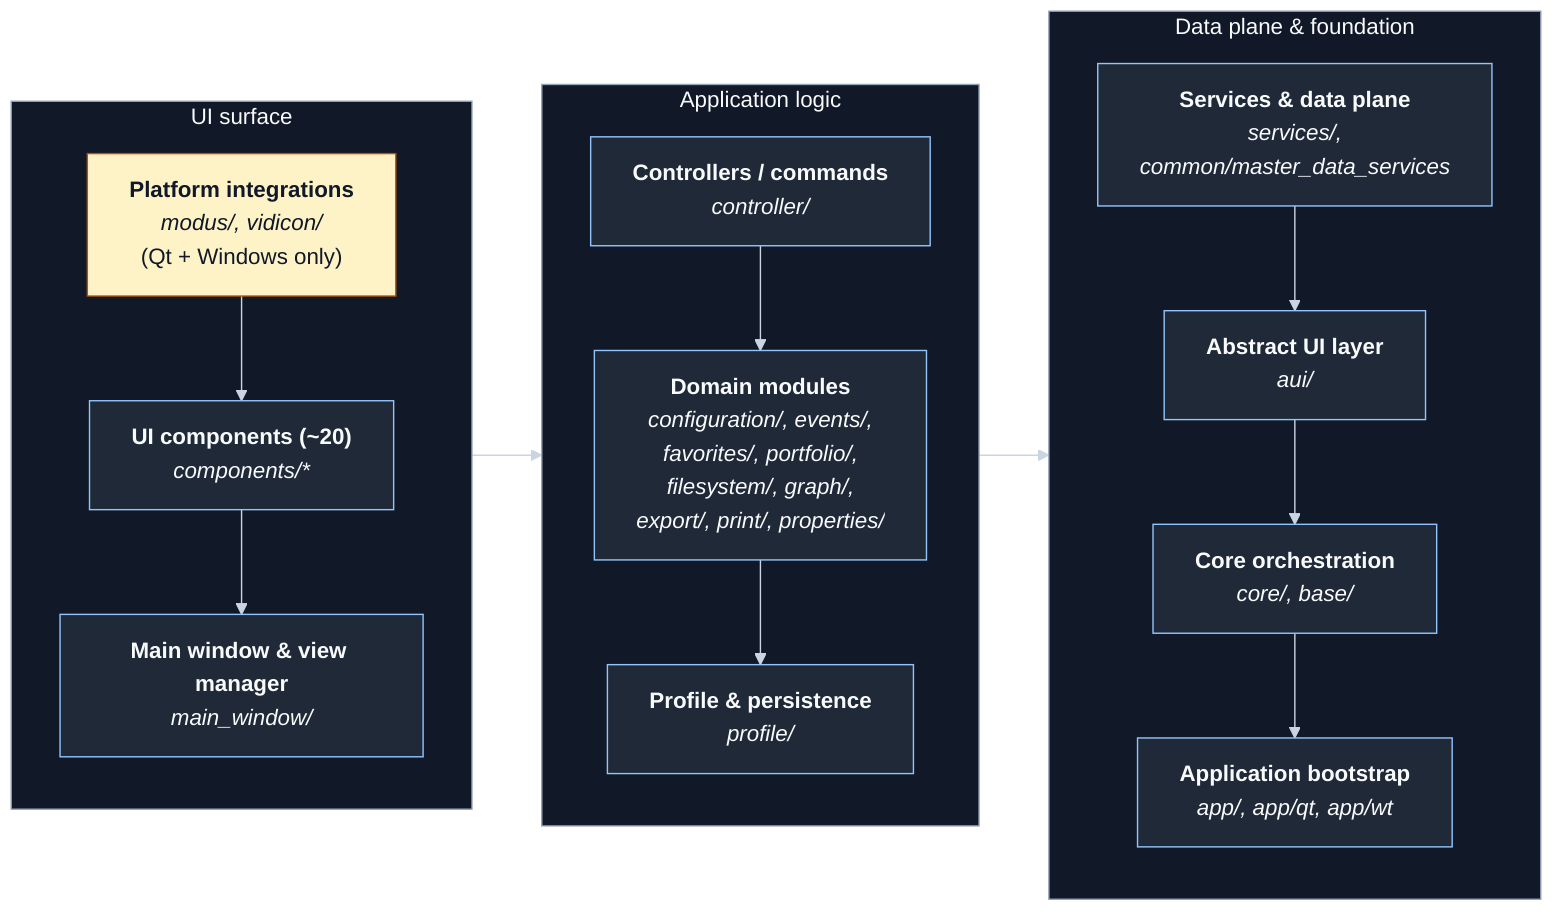
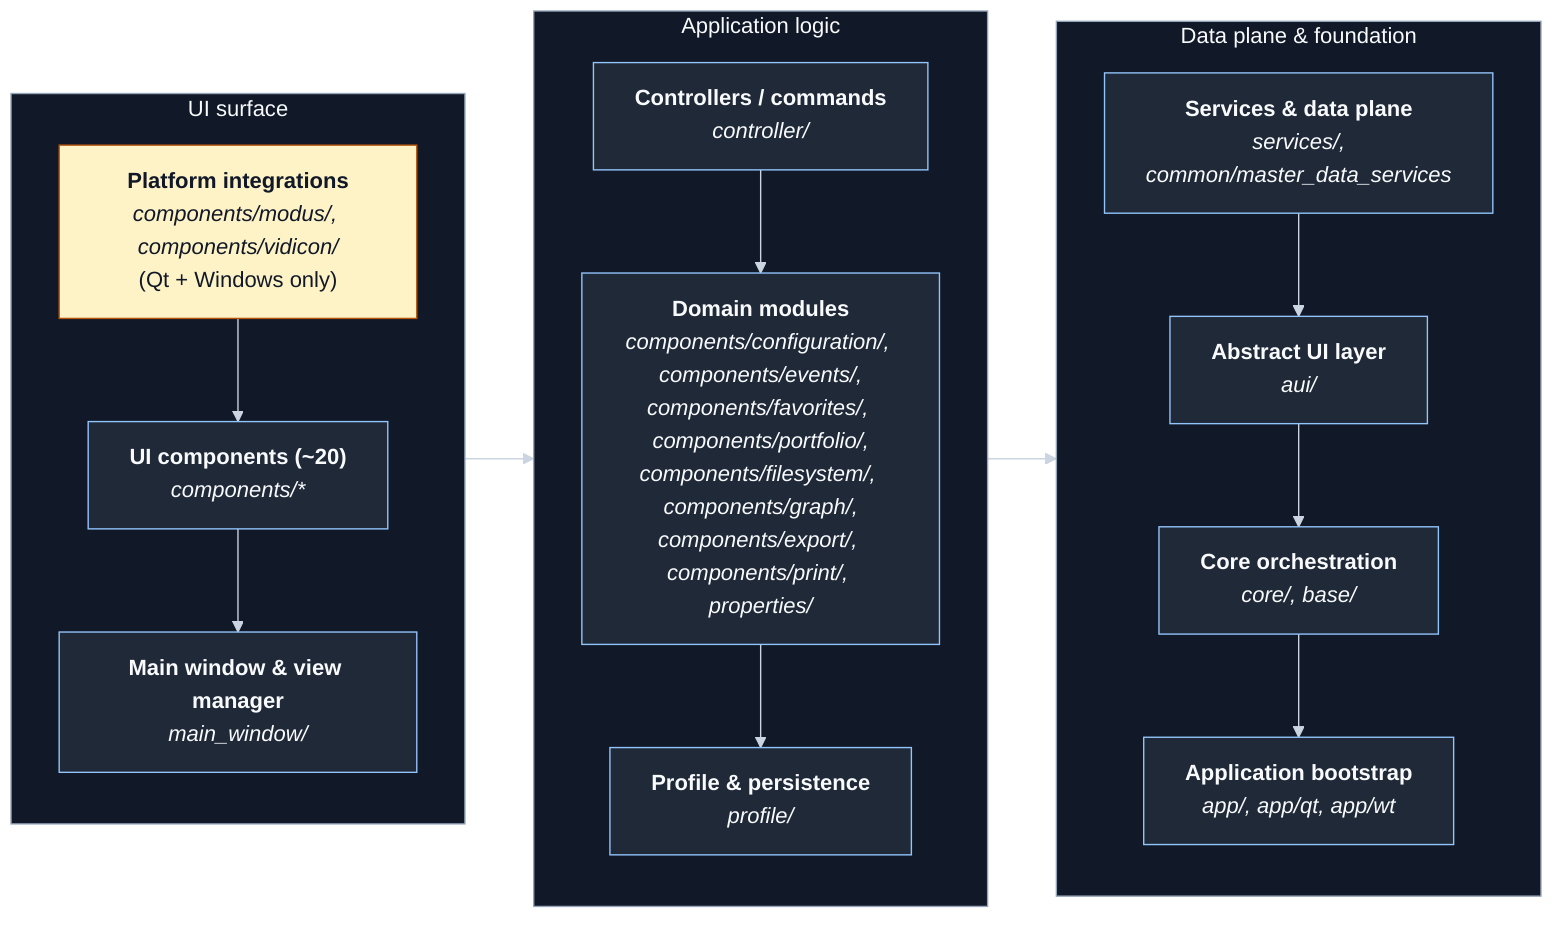
%%{init: {
  'theme': 'base',
  'themeVariables': {
    'background': 'transparent',
    'primaryColor': '#1f2937',
    'primaryBorderColor': '#93c5fd',
    'primaryTextColor': '#f8fafc',
    'secondaryColor': '#1f2937',
    'secondaryBorderColor': '#93c5fd',
    'secondaryTextColor': '#f8fafc',
    'tertiaryColor': '#0f172a',
    'tertiaryBorderColor': '#94a3b8',
    'tertiaryTextColor': '#f8fafc',
    'lineColor': '#cbd5e1',
    'defaultLinkColor': '#cbd5e1',
    'clusterBkg': '#111827',
    'clusterBorder': '#94a3b8',
    'titleColor': '#f8fafc'
  },
  'flowchart': {'htmlLabels': true}
}}%%
flowchart LR
    subgraph Surface["UI surface"]
        direction TB
-         PLAT["<b>Platform integrations</b><br/><i>modus/, vidicon/</i><br/>(Qt + Windows only)"]
+         PLAT["<b>Platform integrations</b><br/><i>components/modus/, components/vidicon/</i><br/>(Qt + Windows only)"]
        UI["<b>UI components (~20)</b><br/><i>components/*</i>"]
        MW["<b>Main window &amp; view manager</b><br/><i>main_window/</i>"]
        PLAT --> UI --> MW
    end

    subgraph Logic["Application logic"]
        direction TB
        CTRL["<b>Controllers / commands</b><br/><i>controller/</i>"]
-         DOM["<b>Domain modules</b><br/><i>configuration/, events/,</i><br/><i>favorites/, portfolio/,</i><br/><i>filesystem/, graph/,</i><br/><i>export/, print/, properties/</i>"]
+         DOM["<b>Domain modules</b><br/><i>components/configuration/, components/events/,</i><br/><i>components/favorites/, components/portfolio/,</i><br/><i>components/filesystem/, components/graph/,</i><br/><i>components/export/, components/print/, properties/</i>"]
        PROF["<b>Profile &amp; persistence</b><br/><i>profile/</i>"]
        CTRL --> DOM --> PROF
    end

    subgraph Plane["Data plane &amp; foundation"]
        direction TB
        SVC["<b>Services &amp; data plane</b><br/><i>services/,<br/>common/master_data_services</i>"]
        AUI["<b>Abstract UI layer</b><br/><i>aui/</i>"]
        CORE["<b>Core orchestration</b><br/><i>core/, base/</i>"]
        BOOT["<b>Application bootstrap</b><br/><i>app/, app/qt, app/wt</i>"]
        SVC --> AUI --> CORE --> BOOT
    end

    Surface --> Logic --> Plane

    classDef qtonly fill:#fef3c7,stroke:#b45309,color:#111827
    class PLAT qtonly
